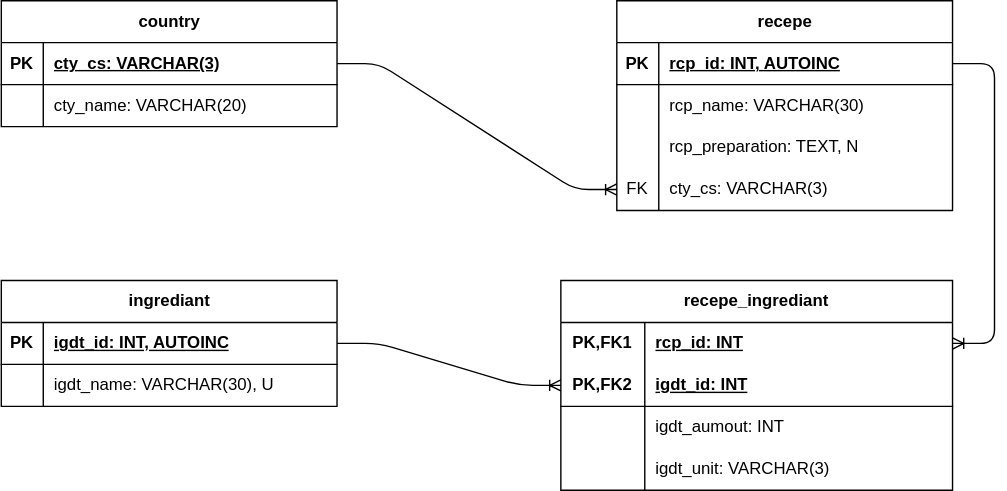
Earlier version of the draw.io export docs/img/relation.dio.svg (elma1989/ccb). Source tidied: cells renumbered, new cells last; positions are measured from the earlier drawing's top-left corner, leaving out a move shared by most shapes.
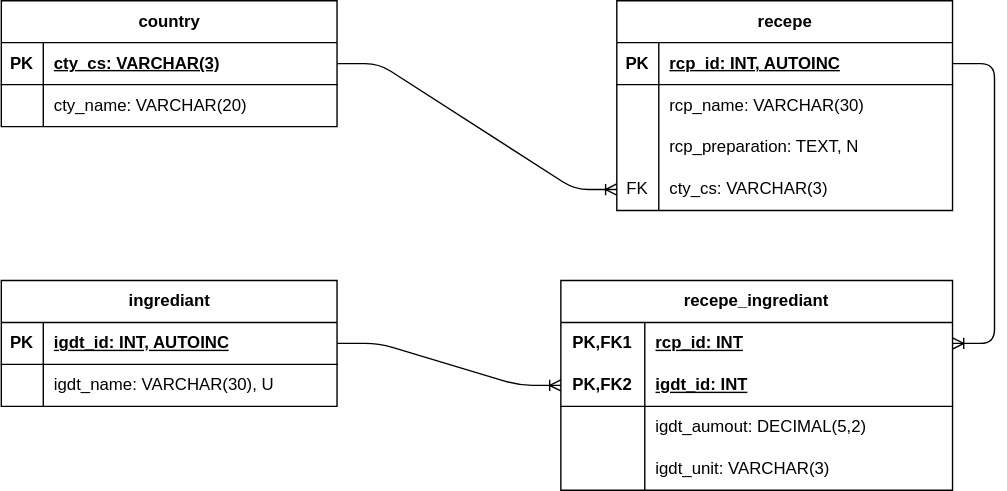
After the change.

The edit, as a diff of the source:
```diff
@@ -110,7 +110,7 @@
     <mxCell id="37" style="shape=partialRectangle;fillColor=none;top=0;left=0;bottom=0;right=0;overflow=hidden;html=1;whiteSpace=wrap;" parent="36" vertex="1">
       <mxGeometry width="60" height="30" as="geometry" />
     </mxCell>
-    <mxCell id="38" value="igdt_aumout: INT" style="shape=partialRectangle;fillColor=none;top=0;left=0;bottom=0;right=0;align=left;spacingLeft=6;overflow=hidden;html=1;whiteSpace=wrap;" parent="36" vertex="1">
+    <mxCell id="38" value="igdt_aumout: DECIMAL(5,2)" style="shape=partialRectangle;fillColor=none;top=0;left=0;bottom=0;right=0;align=left;spacingLeft=6;overflow=hidden;html=1;whiteSpace=wrap;" parent="36" vertex="1">
       <mxGeometry x="60" width="220" height="30" as="geometry" />
     </mxCell>
     <mxCell id="39" style="shape=tableRow;horizontal=0;startSize=0;swimlaneHead=0;swimlaneBody=0;fillColor=none;top=0;left=0;right=0;bottom=0;html=1;" parent="29" vertex="1">
```
